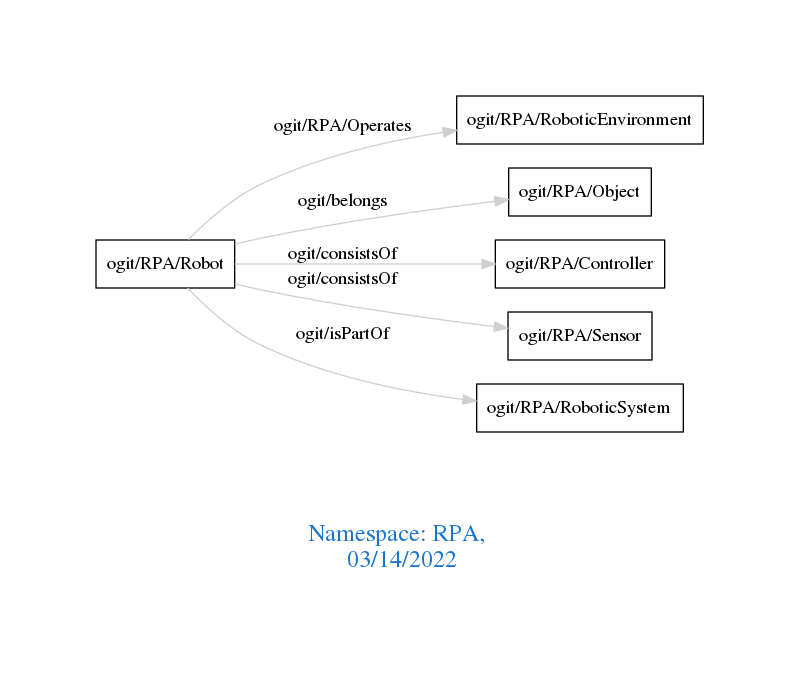
Above: downloads/RPA.png in arago/OGIT (Graphviz), before the change. Its source is kept beside it as downloads/RPA.dot.
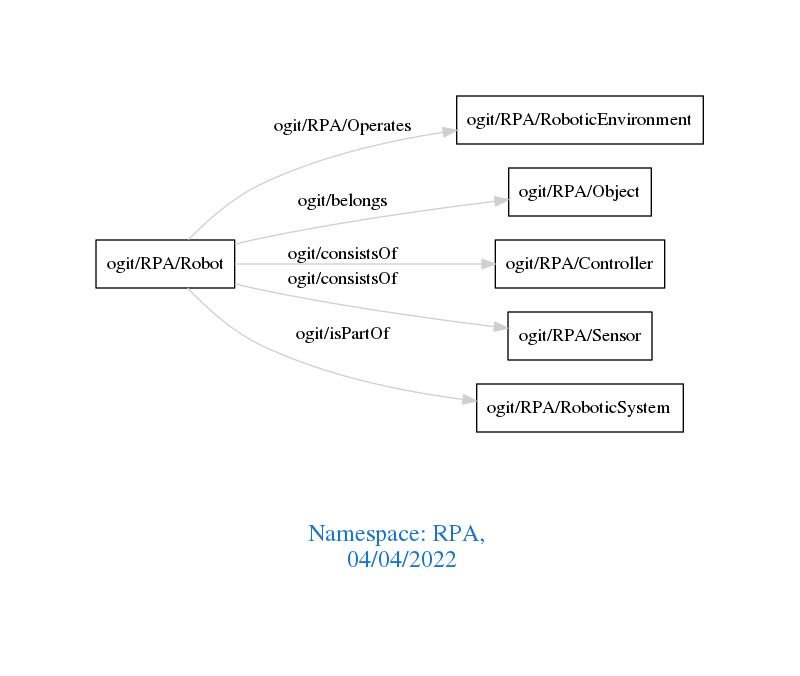
After the commit.

The edit, as a diff of the source:
```diff
@@ -1,7 +1,7 @@
 digraph OGIT_ontology {
  graph [ rankdir= LR,pad=1
 fontsize = 18,
-fontcolor= dodgerblue3,label = "\n\n\nNamespace: RPA, \n 03/14/2022"];
+fontcolor= dodgerblue3,label = "\n\n\nNamespace: RPA, \n 04/04/2022"];
 node[shape=polygon];
 edge [  color="gray81"];
 
```
